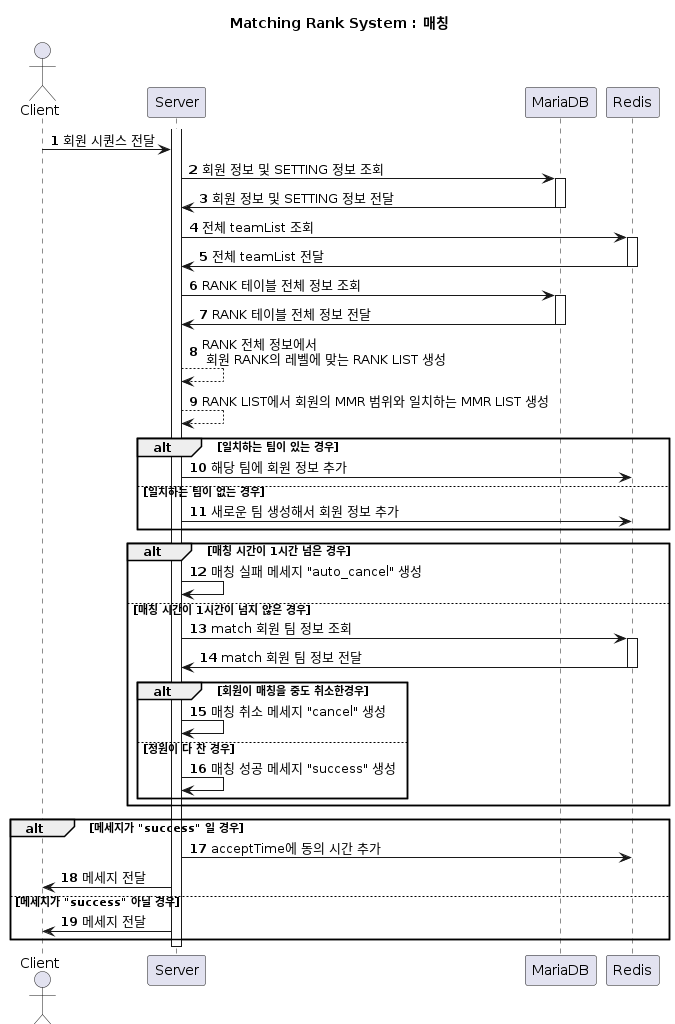
Earlier version of the PlantUML export rank/매칭.png (meeejyu/lolMatching).
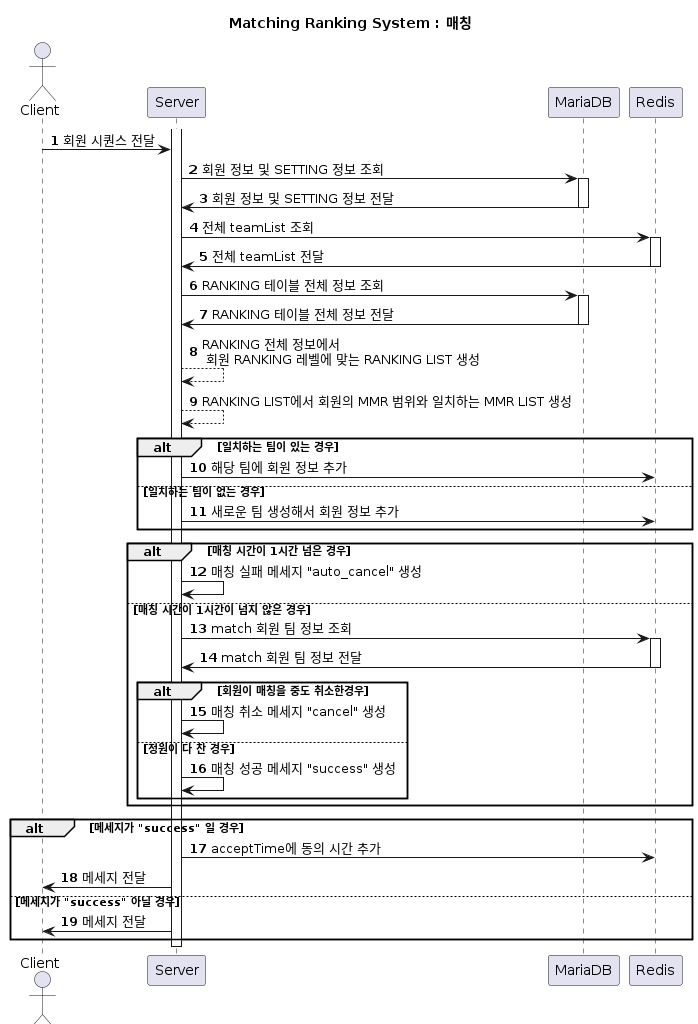
After the commit.

What changed in the source:
```diff
@@ -1,7 +1,7 @@
 @startuml
 autonumber
 
-title Matching Rank System : 매칭
+title Matching Ranking System : 매칭
 actor Client
 
 activate Server
@@ -19,15 +19,15 @@
 Redis -> Server : 전체 teamList 전달
 deactivate Redis
 
-Server -> MariaDB : RANK 테이블 전체 정보 조회
+Server -> MariaDB : RANKING 테이블 전체 정보 조회
 
 activate MariaDB
-MariaDB -> Server : RANK 테이블 전체 정보 전달
+MariaDB -> Server : RANKING 테이블 전체 정보 전달
 deactivate MariaDB
 
-Server --> Server : RANK 전체 정보에서\n 회원 RANK의 레벨에 맞는 RANK LIST 생성
+Server --> Server : RANKING 전체 정보에서\n 회원 RANKING 레벨에 맞는 RANKING LIST 생성
 
-Server --> Server : RANK LIST에서 회원의 MMR 범위와 일치하는 MMR LIST 생성
+Server --> Server : RANKING LIST에서 회원의 MMR 범위와 일치하는 MMR LIST 생성
 
 alt 일치하는 팀이 있는 경우
 Server -> Redis : 해당 팀에 회원 정보 추가
```
